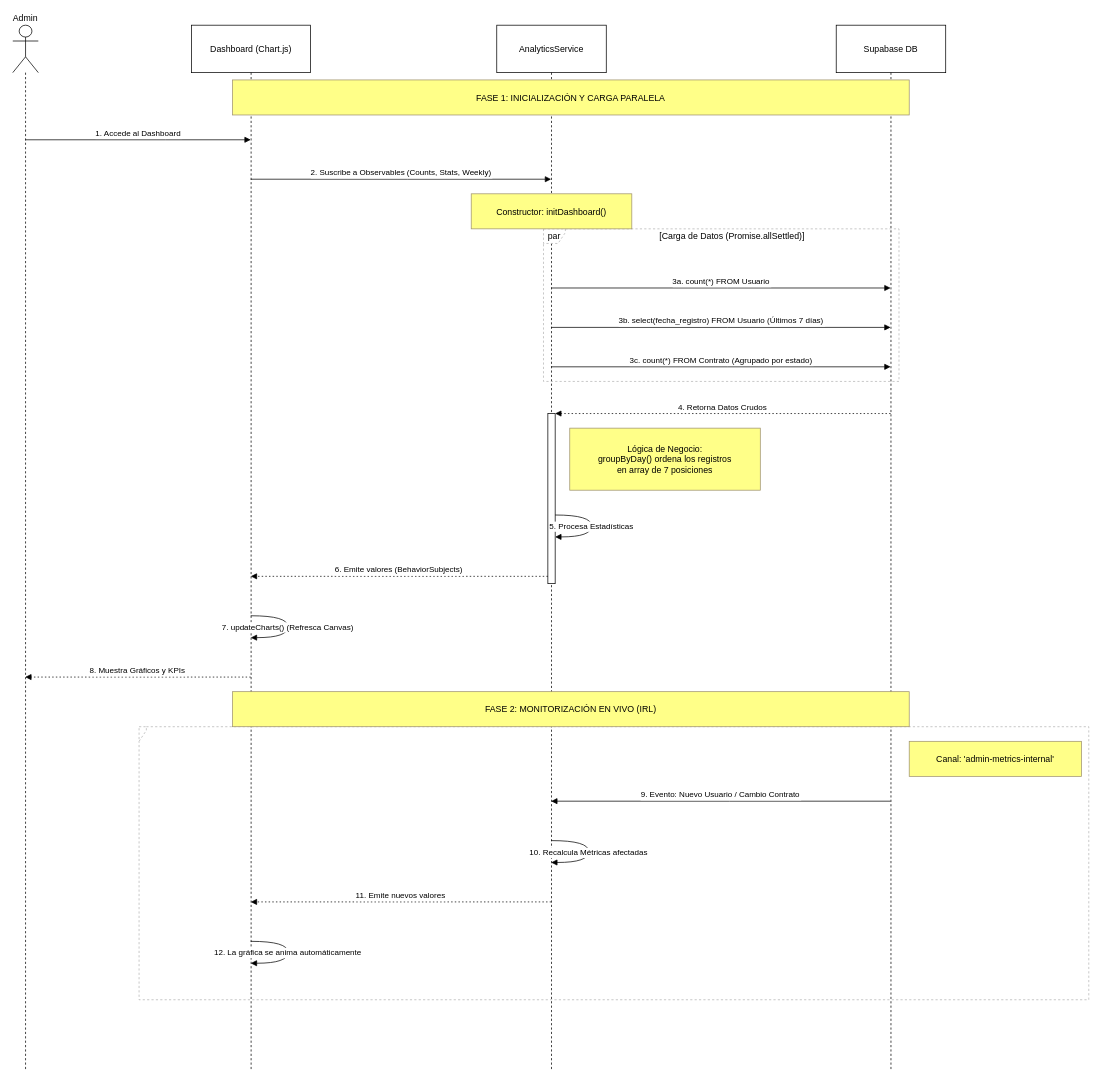
Above: docs/diagramas/secuencias/dashboard.drawio in egilp04/TFG_Cuidados (draw.io), before the change. Source tidied: cells renumbered, new cells numbered last; positions are measured from the earlier drawing's top-left corner, leaving out a move shared by most shapes. Both pictures are drawn from the tidied source at 73%, with x=0, y=0 at pixel (12, 25).
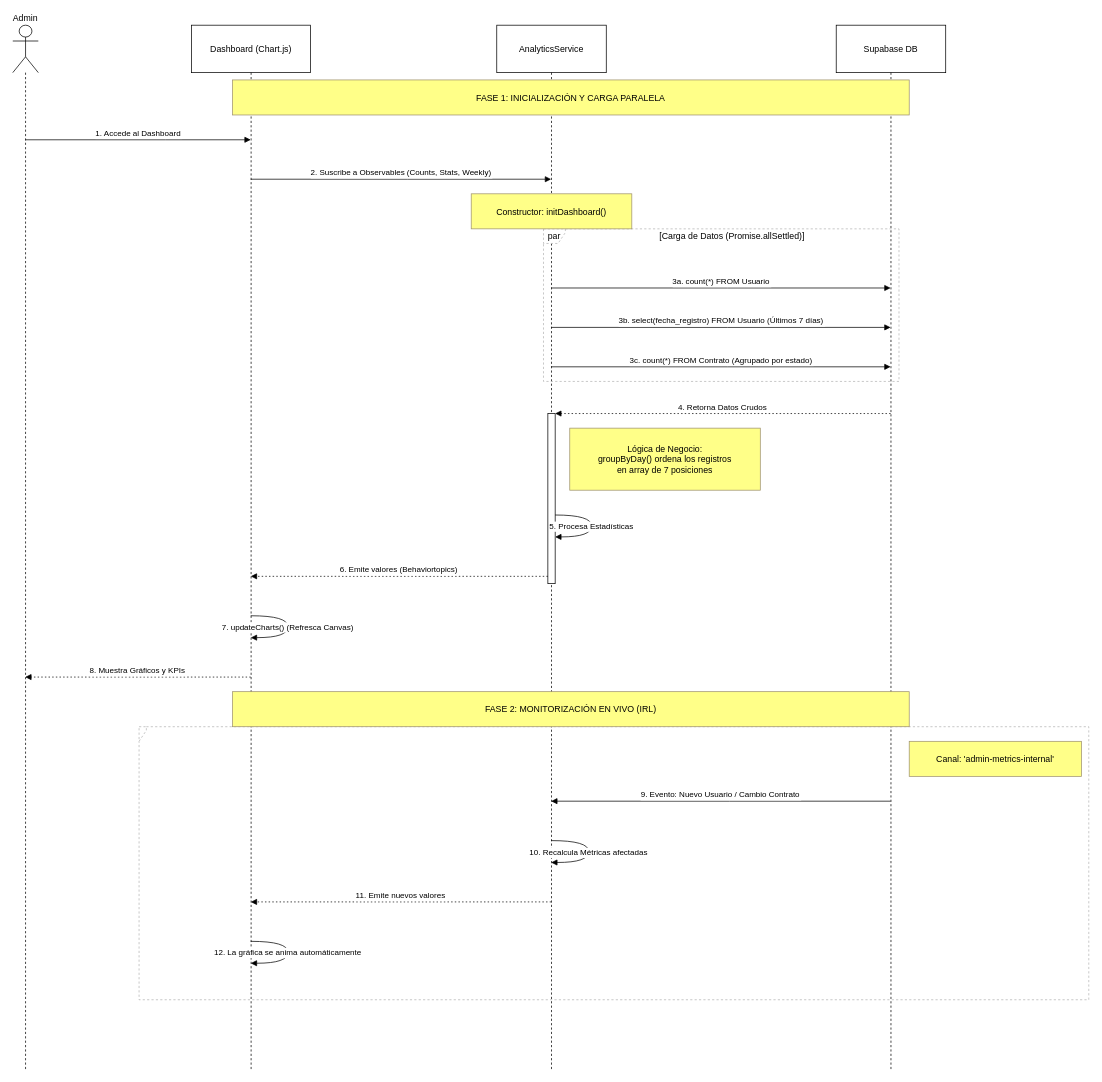
After the change.

Unchanged cells that the change refers to:
```xml
<mxCell id="3" value="Dashboard (Chart.js)" style="shape=umlLifeline;perimeter=lifelinePerimeter;whiteSpace=wrap;outlineConnect=0;portConstraint=eastwest;newEdgeStyle={&quot;edgeStyle&quot;:&quot;elbowEdgeStyle&quot;,&quot;elbow&quot;:&quot;vertical&quot;,&quot;curved&quot;:0,&quot;rounded&quot;:0};size=65;" parent="1" vertex="1">
  <mxGeometry x="245" width="163" height="1430" as="geometry" />
</mxCell>
<mxCell id="5" style="points=[];perimeter=orthogonalPerimeter;outlineConnect=0;targetShapes=umlLifeline;portConstraint=eastwest;newEdgeStyle={&quot;edgeStyle&quot;:&quot;elbowEdgeStyle&quot;,&quot;elbow&quot;:&quot;vertical&quot;,&quot;curved&quot;:0,&quot;rounded&quot;:0};" parent="4" vertex="1">
  <mxGeometry x="70" y="532" width="10" height="233" as="geometry" />
</mxCell>
```

Diff of the diagram source:
```diff
@@
-    <mxCell id="18" value="6. Emite valores (BehaviorSubjects)" style="verticalAlign=bottom;edgeStyle=elbowEdgeStyle;elbow=vertical;curved=0;rounded=0;dashed=1;dashPattern=2 3;endArrow=block;" parent="1" edge="1" source="5" target="3">
+    <mxCell id="18" value="6. Emite valores (Behaviortopics)" style="verticalAlign=bottom;edgeStyle=elbowEdgeStyle;elbow=vertical;curved=0;rounded=0;dashed=1;dashPattern=2 3;endArrow=block;" parent="1" edge="1" source="5" target="3">
       <mxGeometry relative="1" as="geometry">
         <Array as="points">
           <mxPoint x="542" y="755" />
         </Array>
       </mxGeometry>
     </mxCell>
```
